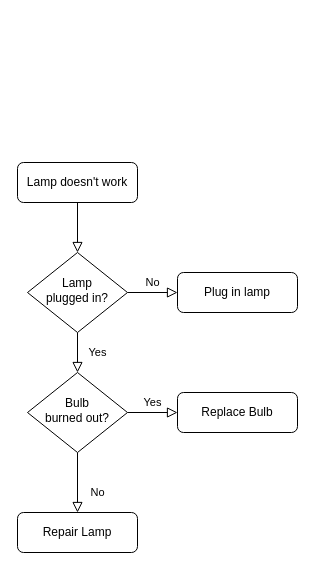
Above: draw.io/Foundations of Morality.drawio in harryg02/Map-of-Philosophy (draw.io), before the change. Source tidied: cells renumbered, new cells numbered last; positions are measured from the earlier drawing's top-left corner, leaving out a move shared by most shapes. Both pictures are drawn from the tidied source at 100%, with x=0, y=0 at pixel (17, 162).
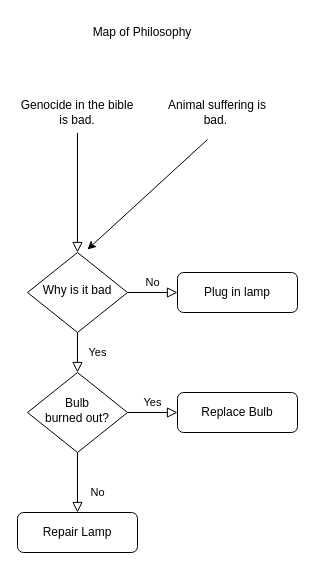
Above is the later version.

The edit, as a diff of the source:
```diff
@@
 <mxGraphModel>
   <root>
     <mxCell id="0" />
     <mxCell id="1" parent="0" />
-    <mxCell id="2" style="rounded=0;html=1;jettySize=auto;fontSize=11;endArrow=block;endFill=0;endSize=8;strokeWidth=1;shadow=0;labelBackgroundColor=none;edgeStyle=orthogonalEdgeStyle;" parent="1" edge="1" source="3" target="6">
+    <mxCell id="2" style="rounded=0;html=1;jettySize=auto;fontSize=11;endArrow=block;endFill=0;endSize=8;strokeWidth=1;shadow=0;labelBackgroundColor=none;edgeStyle=orthogonalEdgeStyle;exitX=0.5;exitY=1;exitDx=0;exitDy=0;" parent="1" edge="1" source="13" target="6">
       <mxGeometry relative="1" as="geometry" />
     </mxCell>
-    <mxCell id="3" value="Lamp doesn't work" style="rounded=1;whiteSpace=wrap;html=1;fontSize=12;glass=0;strokeWidth=1;shadow=0;" parent="1" vertex="1">
-      <mxGeometry width="120" height="40" as="geometry" />
-    </mxCell>
     <mxCell id="4" value="Yes" style="rounded=0;html=1;jettySize=auto;fontSize=11;endArrow=block;endFill=0;endSize=8;strokeWidth=1;shadow=0;labelBackgroundColor=none;edgeStyle=orthogonalEdgeStyle;" parent="1" edge="1" source="6" target="10">
       <mxGeometry y="20" relative="1" as="geometry" />
     </mxCell>
     <mxCell id="5" value="No" style="edgeStyle=orthogonalEdgeStyle;rounded=0;html=1;jettySize=auto;fontSize=11;endArrow=block;endFill=0;endSize=8;strokeWidth=1;shadow=0;labelBackgroundColor=none;" parent="1" edge="1" source="6" target="7">
       <mxGeometry y="10" relative="1" as="geometry" />
     </mxCell>
-    <mxCell id="6" value="Lamp&lt;br&gt;plugged in?" style="rhombus;whiteSpace=wrap;html=1;shadow=0;fontFamily=Helvetica;fontSize=12;align=center;strokeWidth=1;spacing=6;spacingTop=-4;" parent="1" vertex="1">
+    <mxCell id="6" value="Why is it bad" style="rhombus;whiteSpace=wrap;html=1;shadow=0;fontFamily=Helvetica;fontSize=12;align=center;strokeWidth=1;spacing=6;spacingTop=-4;" parent="1" vertex="1">
       <mxGeometry x="10" y="90" width="100" height="80" as="geometry" />
     </mxCell>
     <mxCell id="7" value="Plug in lamp" style="rounded=1;whiteSpace=wrap;html=1;fontSize=12;glass=0;strokeWidth=1;shadow=0;" parent="1" vertex="1">
       <mxGeometry x="160" y="110" width="120" height="40" as="geometry" />
     </mxCell>
     <mxCell id="8" value="No" style="rounded=0;html=1;jettySize=auto;fontSize=11;endArrow=block;endFill=0;endSize=8;strokeWidth=1;shadow=0;labelBackgroundColor=none;edgeStyle=orthogonalEdgeStyle;" parent="1" edge="1" source="10" target="11">
       <mxGeometry x="0.33" y="20" relative="1" as="geometry" />
     </mxCell>
     <mxCell id="9" value="Yes" style="edgeStyle=orthogonalEdgeStyle;rounded=0;html=1;jettySize=auto;fontSize=11;endArrow=block;endFill=0;endSize=8;strokeWidth=1;shadow=0;labelBackgroundColor=none;" parent="1" edge="1" source="10" target="12">
       <mxGeometry y="10" relative="1" as="geometry" />
     </mxCell>
     <mxCell id="10" value="Bulb&lt;br&gt;burned out?" style="rhombus;whiteSpace=wrap;html=1;shadow=0;fontFamily=Helvetica;fontSize=12;align=center;strokeWidth=1;spacing=6;spacingTop=-4;" parent="1" vertex="1">
       <mxGeometry x="10" y="210" width="100" height="80" as="geometry" />
     </mxCell>
     <mxCell id="11" value="Repair Lamp" style="rounded=1;whiteSpace=wrap;html=1;fontSize=12;glass=0;strokeWidth=1;shadow=0;" parent="1" vertex="1">
       <mxGeometry y="350" width="120" height="40" as="geometry" />
     </mxCell>
     <mxCell id="12" value="Replace Bulb" style="rounded=1;whiteSpace=wrap;html=1;fontSize=12;glass=0;strokeWidth=1;shadow=0;" parent="1" vertex="1">
       <mxGeometry x="160" y="230" width="120" height="40" as="geometry" />
     </mxCell>
+    <mxCell id="13" value="Genocide in the bible is bad." style="rounded=1;whiteSpace=wrap;html=1;fontSize=12;glass=0;strokeWidth=1;shadow=0;strokeColor=none;" parent="1" vertex="1">
+      <mxGeometry y="-70" width="120" height="40" as="geometry" />
+    </mxCell>
+    <mxCell id="14" value="Animal suffering is bad.&amp;nbsp;" style="rounded=1;whiteSpace=wrap;html=1;fontSize=12;glass=0;strokeWidth=1;shadow=0;strokeColor=none;" parent="1" vertex="1">
+      <mxGeometry x="140" y="-70" width="120" height="40" as="geometry" />
+    </mxCell>
+    <mxCell id="15" style="endArrow=classic;html=1;rounded=0;" parent="1" edge="1">
+      <mxGeometry relative="1" as="geometry">
+        <mxPoint x="190" y="-23" as="sourcePoint" />
+        <mxPoint x="70" y="87" as="targetPoint" />
+      </mxGeometry>
+    </mxCell>
+    <mxCell id="16" value="Map of Philosophy" style="text;html=1;align=center;verticalAlign=middle;whiteSpace=wrap;rounded=0;" parent="1" vertex="1">
+      <mxGeometry x="30" y="-145" width="190" height="30" as="geometry" />
+    </mxCell>
   </root>
 </mxGraphModel>
```
